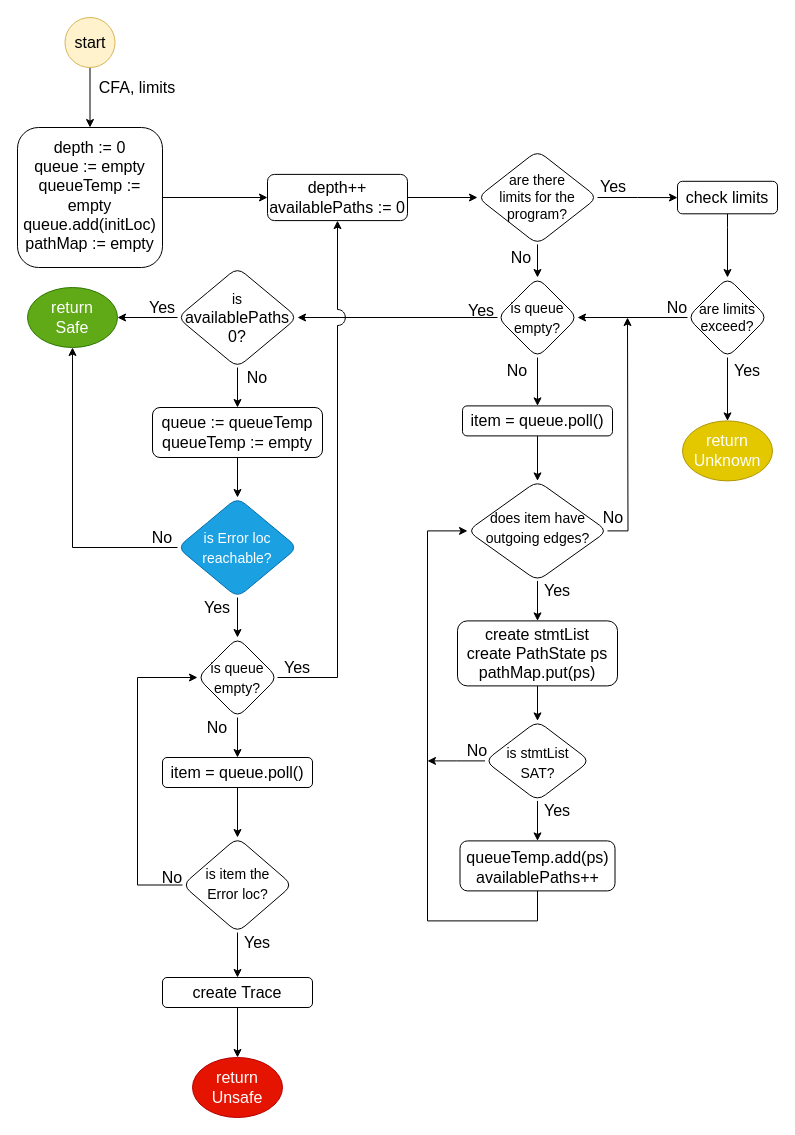
Earlier version of the draw.io diagram figures/flow_chart.drawio (rbjakab/src). Source tidied: cells renumbered, new cells numbered last; positions are measured from the earlier drawing's top-left corner, leaving out a move shared by most shapes. Both pictures are drawn from the tidied source at 100%, with x=0, y=0 at pixel (17, 17).
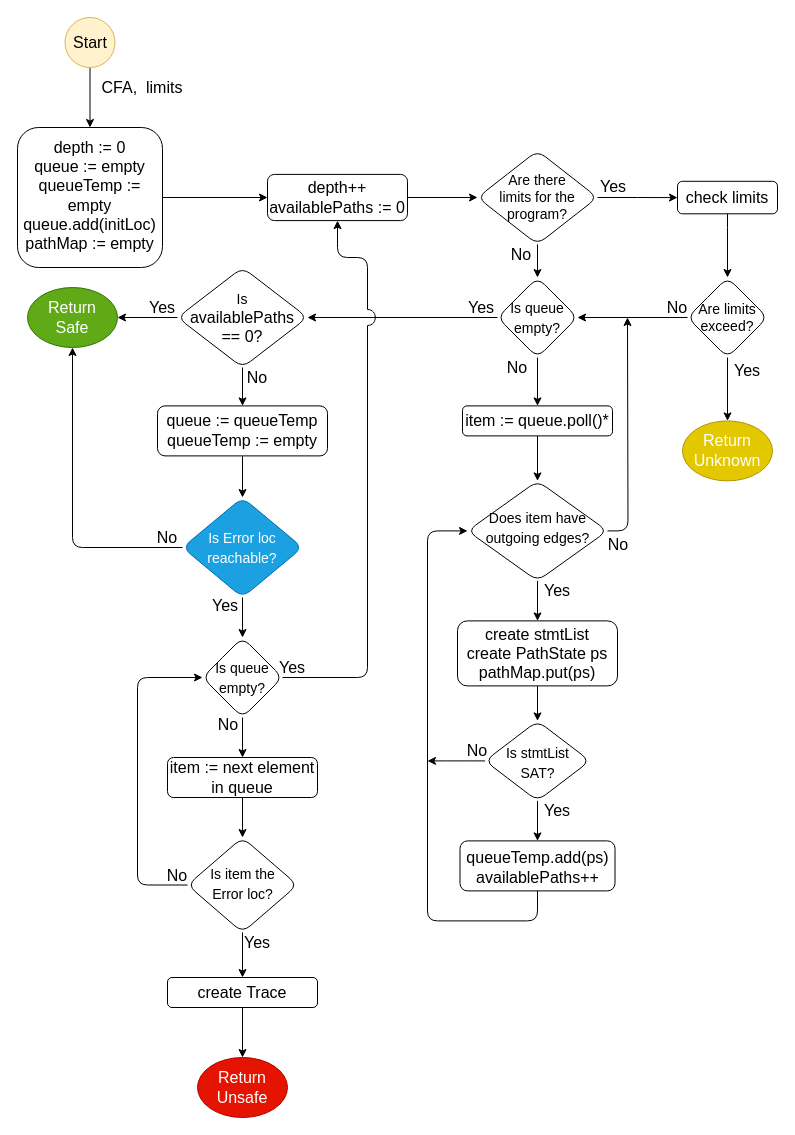
After the change.

Unchanged cells that the change refers to:
```xml
<mxCell id="3" value="&lt;font style=&quot;font-size: 16px&quot;&gt;depth := 0&lt;br&gt;queue := empty&lt;br&gt;queueTemp := empty&lt;br&gt;queue.add(initLoc)&lt;br&gt;pathMap := empty&lt;br&gt;&lt;/font&gt;" style="rounded=1;whiteSpace=wrap;html=1;fontSize=12;glass=0;strokeWidth=1;shadow=0;spacingBottom=4;" parent="1" vertex="1">
  <mxGeometry y="110" width="145" height="140" as="geometry" />
</mxCell>
<mxCell id="30" value="queueTemp.add(ps)&lt;br&gt;availablePaths++" style="whiteSpace=wrap;html=1;rounded=1;shadow=0;fontSize=16;strokeWidth=1;fillColor=#FFFFFF;glass=0;spacingBottom=-4;" parent="1" vertex="1">
  <mxGeometry x="442.5" y="823.4" width="155" height="50" as="geometry" />
</mxCell>
<mxCell id="32" value="&lt;font style=&quot;font-size: 16px&quot;&gt;depth++&lt;br&gt;availablePaths := 0&lt;br&gt;&lt;/font&gt;" style="rounded=1;whiteSpace=wrap;html=1;fontSize=12;glass=0;strokeWidth=1;shadow=0;" parent="1" vertex="1">
  <mxGeometry x="250" y="156.9" width="140" height="46.2" as="geometry" />
</mxCell>
```

What changed in the source:
```diff
@@
-    <mxCell id="2" style="edgeStyle=orthogonalEdgeStyle;rounded=0;jettySize=auto;html=1;fontSize=16;" parent="1" edge="1" source="3" target="32">
+    <mxCell id="2" style="edgeStyle=orthogonalEdgeStyle;rounded=1;jettySize=auto;html=1;fontSize=16;" parent="1" edge="1" source="3" target="32">
       <mxGeometry relative="1" as="geometry" />
     </mxCell>
@@
-    <mxCell id="6" value="&lt;font style=&quot;font-size: 14px&quot;&gt;are there&lt;br&gt;limits for the&lt;br&gt;program?&lt;/font&gt;" style="rhombus;whiteSpace=wrap;html=1;rounded=1;shadow=0;glass=0;strokeWidth=1;verticalAlign=middle;labelPosition=center;verticalLabelPosition=middle;align=center;spacingTop=0;" parent="1" vertex="1">
+    <mxCell id="6" value="&lt;font style=&quot;font-size: 14px&quot;&gt;Are there&lt;br&gt;limits for the&lt;br&gt;program?&lt;/font&gt;" style="rhombus;whiteSpace=wrap;html=1;rounded=1;shadow=0;glass=0;strokeWidth=1;verticalAlign=middle;labelPosition=center;verticalLabelPosition=middle;align=center;spacingTop=0;" parent="1" vertex="1">
       <mxGeometry x="460" y="133.1" width="120" height="93.8" as="geometry" />
     </mxCell>
@@
-    <mxCell id="10" style="edgeStyle=orthogonalEdgeStyle;rounded=0;jettySize=auto;html=1;fontSize=16;entryX=1;entryY=0.5;entryDx=0;entryDy=0;" parent="1" edge="1" source="12" target="18">
+    <mxCell id="10" style="edgeStyle=orthogonalEdgeStyle;rounded=1;jettySize=auto;html=1;fontSize=16;entryX=1;entryY=0.5;entryDx=0;entryDy=0;" parent="1" edge="1" source="12" target="18">
       <mxGeometry relative="1" as="geometry" />
     </mxCell>
@@
-    <mxCell id="12" value="&lt;font style=&quot;font-size: 14px&quot;&gt;are limits exceed?&lt;/font&gt;" style="rhombus;whiteSpace=wrap;html=1;rounded=1;shadow=0;glass=0;strokeWidth=1;" parent="1" vertex="1">
+    <mxCell id="12" value="&lt;font style=&quot;font-size: 14px&quot;&gt;Are limits exceed?&lt;/font&gt;" style="rhombus;whiteSpace=wrap;html=1;rounded=1;shadow=0;glass=0;strokeWidth=1;" parent="1" vertex="1">
       <mxGeometry x="670" y="260" width="80" height="80" as="geometry" />
     </mxCell>
@@
     <mxCell id="14" value="&lt;font style=&quot;font-size: 16px&quot;&gt;No&lt;/font&gt;" style="text;html=1;strokeColor=none;fillColor=none;align=center;verticalAlign=middle;whiteSpace=wrap;rounded=0;shadow=0;glass=0;fontSize=16;" parent="1" vertex="1">
-      <mxGeometry x="484" y="230.3" width="40" height="20" as="geometry" />
+      <mxGeometry x="484" y="226.9" width="40" height="20" as="geometry" />
     </mxCell>
@@
-    <mxCell id="17" style="edgeStyle=orthogonalEdgeStyle;rounded=0;jettySize=auto;html=1;fontSize=16;" parent="1" edge="1" source="18" target="38">
+    <mxCell id="17" style="edgeStyle=orthogonalEdgeStyle;rounded=1;jettySize=auto;html=1;fontSize=16;" parent="1" edge="1" source="18" target="38">
       <mxGeometry relative="1" as="geometry" />
     </mxCell>
-    <mxCell id="18" value="&lt;font style=&quot;font-size: 14px&quot;&gt;is queue empty?&lt;/font&gt;" style="rhombus;whiteSpace=wrap;html=1;rounded=1;shadow=0;glass=0;strokeWidth=1;fillColor=#FFFFFF;fontSize=16;" parent="1" vertex="1">
+    <mxCell id="18" value="&lt;font style=&quot;font-size: 14px&quot;&gt;Is queue empty?&lt;/font&gt;" style="rhombus;whiteSpace=wrap;html=1;rounded=1;shadow=0;glass=0;strokeWidth=1;fillColor=#FFFFFF;fontSize=16;" parent="1" vertex="1">
       <mxGeometry x="480" y="260" width="80" height="80" as="geometry" />
     </mxCell>
@@
-    <mxCell id="20" value="item = queue.poll()" style="rounded=1;whiteSpace=wrap;html=1;shadow=0;glass=0;strokeWidth=1;fillColor=#FFFFFF;fontSize=16;" parent="1" vertex="1">
+    <mxCell id="20" value="item := queue.poll()*" style="rounded=1;whiteSpace=wrap;html=1;shadow=0;glass=0;strokeWidth=1;fillColor=#FFFFFF;fontSize=16;" parent="1" vertex="1">
       <mxGeometry x="445" y="388.4" width="150" height="30" as="geometry" />
     </mxCell>
@@
-    <mxCell id="22" style="edgeStyle=orthogonalEdgeStyle;rounded=0;jettySize=auto;html=1;fontSize=16;" parent="1" edge="1" source="23">
+    <mxCell id="22" style="edgeStyle=orthogonalEdgeStyle;rounded=1;jettySize=auto;html=1;fontSize=16;" parent="1" edge="1" source="23">
       <mxGeometry relative="1" as="geometry">
         <mxPoint x="610" y="300" as="targetPoint" />
       </mxGeometry>
     </mxCell>
-    <mxCell id="23" value="&lt;font style=&quot;font-size: 14px&quot;&gt;does item have outgoing edges?&lt;/font&gt;" style="rhombus;whiteSpace=wrap;html=1;rounded=1;shadow=0;glass=0;strokeWidth=1;fillColor=#FFFFFF;fontSize=16;spacing=2;spacingRight=-1;spacingLeft=0;spacingBottom=7;" parent="1" vertex="1">
+    <mxCell id="23" value="&lt;font style=&quot;font-size: 14px&quot;&gt;Does item have outgoing edges?&lt;/font&gt;" style="rhombus;whiteSpace=wrap;html=1;rounded=1;shadow=0;glass=0;strokeWidth=1;fillColor=#FFFFFF;fontSize=16;spacing=2;spacingRight=-1;spacingLeft=0;spacingBottom=7;" parent="1" vertex="1">
       <mxGeometry x="450" y="463.4" width="140" height="100" as="geometry" />
     </mxCell>
@@
-    <mxCell id="27" style="edgeStyle=orthogonalEdgeStyle;rounded=0;jettySize=auto;html=1;fontSize=16;" parent="1" edge="1" source="28">
+    <mxCell id="27" style="edgeStyle=orthogonalEdgeStyle;rounded=1;jettySize=auto;html=1;fontSize=16;" parent="1" edge="1" source="28">
       <mxGeometry relative="1" as="geometry">
         <mxPoint x="410" y="743.4" as="targetPoint" />
       </mxGeometry>
     </mxCell>
-    <mxCell id="28" value="&lt;span style=&quot;font-size: 14px&quot;&gt;is stmtList&lt;br&gt;SAT?&lt;/span&gt;" style="rhombus;whiteSpace=wrap;html=1;rounded=1;shadow=0;glass=0;strokeWidth=1;fillColor=#FFFFFF;fontSize=16;spacingBottom=-4;" parent="1" vertex="1">
+    <mxCell id="28" value="&lt;span style=&quot;font-size: 14px&quot;&gt;Is stmtList&lt;br&gt;SAT?&lt;/span&gt;" style="rhombus;whiteSpace=wrap;html=1;rounded=1;shadow=0;glass=0;strokeWidth=1;fillColor=#FFFFFF;fontSize=16;spacingBottom=-4;" parent="1" vertex="1">
       <mxGeometry x="467.5" y="703.4" width="105" height="80" as="geometry" />
     </mxCell>
-    <mxCell id="29" style="edgeStyle=orthogonalEdgeStyle;rounded=0;jettySize=auto;html=1;fontSize=16;entryX=0;entryY=0.5;entryDx=0;entryDy=0;" parent="1" edge="1" source="30" target="23">
+    <mxCell id="29" style="edgeStyle=orthogonalEdgeStyle;rounded=1;jettySize=auto;html=1;fontSize=16;entryX=0;entryY=0.5;entryDx=0;entryDy=0;" parent="1" edge="1" source="30" target="23">
       <mxGeometry relative="1" as="geometry">
         <Array as="points">
           <mxPoint x="520" y="903.4" />
           <mxPoint x="410" y="903.4" />
           <mxPoint x="410" y="513.4" />
         </Array>
       </mxGeometry>
     </mxCell>
@@
-    <mxCell id="31" style="edgeStyle=orthogonalEdgeStyle;rounded=0;jettySize=auto;html=1;fontSize=16;" parent="1" edge="1" source="32" target="6">
+    <mxCell id="31" style="edgeStyle=orthogonalEdgeStyle;rounded=1;jettySize=auto;html=1;fontSize=16;" parent="1" edge="1" source="32" target="6">
       <mxGeometry relative="1" as="geometry" />
     </mxCell>
@@
     <mxCell id="35" value="&lt;font style=&quot;font-size: 16px&quot;&gt;Yes&lt;/font&gt;" style="text;html=1;strokeColor=none;fillColor=none;align=center;verticalAlign=middle;whiteSpace=wrap;rounded=0;shadow=0;glass=0;" parent="1" vertex="1">
-      <mxGeometry x="444" y="283.4" width="40" height="20" as="geometry" />
+      <mxGeometry x="444" y="280" width="40" height="20" as="geometry" />
     </mxCell>
@@
-    <mxCell id="38" value="&lt;span style=&quot;font-size: 14px&quot;&gt;is&lt;br&gt;&lt;/span&gt;availablePaths&lt;br&gt;0?" style="rhombus;whiteSpace=wrap;html=1;rounded=1;shadow=0;glass=0;strokeWidth=1;fillColor=#FFFFFF;fontSize=16;" parent="1" vertex="1">
-      <mxGeometry x="160" y="250" width="120" height="100" as="geometry" />
+    <mxCell id="38" value="&lt;span style=&quot;font-size: 14px&quot;&gt;Is&lt;br&gt;&lt;/span&gt;availablePaths&lt;br&gt;== 0?" style="rhombus;whiteSpace=wrap;html=1;rounded=1;shadow=0;glass=0;strokeWidth=1;fillColor=#FFFFFF;fontSize=16;" parent="1" vertex="1">
+      <mxGeometry x="160" y="250" width="130" height="100" as="geometry" />
     </mxCell>
     <mxCell id="39" value="&lt;font style=&quot;font-size: 16px&quot;&gt;No&lt;/font&gt;" style="text;html=1;strokeColor=none;fillColor=none;align=center;verticalAlign=middle;whiteSpace=wrap;rounded=0;shadow=0;glass=0;fontSize=16;" parent="1" vertex="1">
-      <mxGeometry x="480" y="343.4" width="40" height="20" as="geometry" />
+      <mxGeometry x="480" y="340" width="40" height="20" as="geometry" />
     </mxCell>
     <mxCell id="40" value="&lt;font style=&quot;font-size: 16px&quot;&gt;No&lt;/font&gt;" style="text;html=1;strokeColor=none;fillColor=none;align=center;verticalAlign=middle;whiteSpace=wrap;rounded=0;shadow=0;glass=0;fontSize=16;" parent="1" vertex="1">
-      <mxGeometry x="576" y="490" width="40" height="20" as="geometry" />
+      <mxGeometry x="581" y="517" width="40" height="20" as="geometry" />
     </mxCell>
@@
     <mxCell id="44" value="queue := queueTemp&lt;br&gt;queueTemp := empty" style="rounded=1;whiteSpace=wrap;html=1;shadow=0;glass=0;strokeWidth=1;fillColor=#FFFFFF;fontSize=16;" parent="1" vertex="1">
-      <mxGeometry x="135" y="390" width="170" height="50" as="geometry" />
+      <mxGeometry x="140" y="388.4" width="170" height="50" as="geometry" />
     </mxCell>
@@
-    <mxCell id="46" style="edgeStyle=orthogonalEdgeStyle;rounded=0;jettySize=auto;html=1;entryX=0.5;entryY=1;entryDx=0;entryDy=0;" parent="1" edge="1" source="47" target="66">
+    <mxCell id="46" style="edgeStyle=orthogonalEdgeStyle;rounded=1;jettySize=auto;html=1;entryX=0.5;entryY=1;entryDx=0;entryDy=0;" parent="1" edge="1" source="47" target="66">
       <mxGeometry relative="1" as="geometry" />
     </mxCell>
-    <mxCell id="47" value="&lt;span style=&quot;font-size: 14px&quot;&gt;is Error loc reachable?&lt;/span&gt;" style="rhombus;whiteSpace=wrap;html=1;rounded=1;shadow=0;glass=0;strokeWidth=1;fillColor=#1ba1e2;fontSize=16;strokeColor=#006EAF;fontColor=#ffffff;" parent="1" vertex="1">
-      <mxGeometry x="160" y="480" width="120" height="100" as="geometry" />
+    <mxCell id="47" value="&lt;span style=&quot;font-size: 14px&quot;&gt;Is Error loc reachable?&lt;/span&gt;" style="rhombus;whiteSpace=wrap;html=1;rounded=1;shadow=0;glass=0;strokeWidth=1;fillColor=#1ba1e2;fontSize=16;strokeColor=#006EAF;fontColor=#ffffff;" parent="1" vertex="1">
+      <mxGeometry x="165" y="480" width="120" height="100" as="geometry" />
     </mxCell>
     <mxCell id="48" value="&lt;font style=&quot;font-size: 16px&quot;&gt;No&lt;/font&gt;" style="text;html=1;strokeColor=none;fillColor=none;align=center;verticalAlign=middle;whiteSpace=wrap;rounded=0;shadow=0;glass=0;fontSize=16;" parent="1" vertex="1">
-      <mxGeometry x="125" y="510" width="40" height="20" as="geometry" />
+      <mxGeometry x="130" y="510" width="40" height="20" as="geometry" />
     </mxCell>
@@
     <mxCell id="50" value="&lt;font style=&quot;font-size: 16px&quot;&gt;Yes&lt;/font&gt;" style="text;html=1;strokeColor=none;fillColor=none;align=center;verticalAlign=middle;whiteSpace=wrap;rounded=0;shadow=0;glass=0;" parent="1" vertex="1">
-      <mxGeometry x="180" y="580" width="40" height="20" as="geometry" />
+      <mxGeometry x="188" y="578" width="40" height="20" as="geometry" />
     </mxCell>
@@
-    <mxCell id="52" value="item = queue.poll()" style="rounded=1;whiteSpace=wrap;html=1;shadow=0;glass=0;strokeWidth=1;fillColor=#FFFFFF;fontSize=16;" parent="1" vertex="1">
-      <mxGeometry x="145" y="740" width="150" height="30" as="geometry" />
+    <mxCell id="52" value="item := next element in queue" style="rounded=1;whiteSpace=wrap;html=1;shadow=0;glass=0;strokeWidth=1;fillColor=#FFFFFF;fontSize=16;" parent="1" vertex="1">
+      <mxGeometry x="150" y="740" width="150" height="40" as="geometry" />
     </mxCell>
-    <mxCell id="53" style="edgeStyle=orthogonalEdgeStyle;rounded=0;jettySize=auto;html=1;fontSize=16;entryX=0;entryY=0.5;entryDx=0;entryDy=0;" parent="1" edge="1" source="55" target="58">
+    <mxCell id="53" style="edgeStyle=orthogonalEdgeStyle;rounded=1;jettySize=auto;html=1;fontSize=16;entryX=0;entryY=0.5;entryDx=0;entryDy=0;" parent="1" edge="1" source="55" target="58">
       <mxGeometry relative="1" as="geometry">
         <Array as="points">
           <mxPoint x="120" y="867" />
           <mxPoint x="120" y="660" />
         </Array>
       </mxGeometry>
     </mxCell>
@@
-    <mxCell id="55" value="&lt;font style=&quot;font-size: 14px&quot;&gt;is item the&lt;br&gt;Error loc?&lt;/font&gt;" style="rhombus;whiteSpace=wrap;html=1;rounded=1;shadow=0;glass=0;strokeWidth=1;fillColor=#FFFFFF;fontSize=16;spacing=2;spacingRight=-1;spacingLeft=0;spacingBottom=4;" parent="1" vertex="1">
-      <mxGeometry x="165" y="820" width="110" height="95" as="geometry" />
+    <mxCell id="55" value="&lt;font style=&quot;font-size: 14px&quot;&gt;Is item the&lt;br&gt;Error loc?&lt;/font&gt;" style="rhombus;whiteSpace=wrap;html=1;rounded=1;shadow=0;glass=0;strokeWidth=1;fillColor=#FFFFFF;fontSize=16;spacing=2;spacingRight=-1;spacingLeft=0;spacingBottom=4;" parent="1" vertex="1">
+      <mxGeometry x="170" y="820" width="110" height="95" as="geometry" />
     </mxCell>
@@
-    <mxCell id="57" style="edgeStyle=orthogonalEdgeStyle;rounded=0;jettySize=auto;html=1;entryX=0.5;entryY=1;entryDx=0;entryDy=0;fontSize=16;jumpStyle=arc;jumpSize=16;" parent="1" edge="1" source="58" target="32">
+    <mxCell id="57" style="edgeStyle=orthogonalEdgeStyle;rounded=1;jettySize=auto;html=1;fontSize=16;jumpStyle=arc;jumpSize=16;elbow=vertical;endArrow=classic;endFill=1;entryX=0.5;entryY=1;entryDx=0;entryDy=0;" parent="1" edge="1" source="58" target="32">
       <mxGeometry relative="1" as="geometry">
         <Array as="points">
-          <mxPoint x="320" y="660" />
+          <mxPoint x="350" y="660" />
+          <mxPoint x="350" y="240" />
+          <mxPoint x="320" y="240" />
         </Array>
       </mxGeometry>
     </mxCell>
-    <mxCell id="58" value="&lt;font style=&quot;font-size: 14px&quot;&gt;is queue empty?&lt;/font&gt;" style="rhombus;whiteSpace=wrap;html=1;rounded=1;shadow=0;glass=0;strokeWidth=1;fillColor=#FFFFFF;fontSize=16;" parent="1" vertex="1">
-      <mxGeometry x="180" y="620" width="80" height="80" as="geometry" />
+    <mxCell id="58" value="&lt;font style=&quot;font-size: 14px&quot;&gt;Is queue empty?&lt;/font&gt;" style="rhombus;whiteSpace=wrap;html=1;rounded=1;shadow=0;glass=0;strokeWidth=1;fillColor=#FFFFFF;fontSize=16;" parent="1" vertex="1">
+      <mxGeometry x="185" y="620" width="80" height="80" as="geometry" />
     </mxCell>
@@
     <mxCell id="60" value="&lt;font style=&quot;font-size: 16px&quot;&gt;No&lt;/font&gt;" style="text;html=1;strokeColor=none;fillColor=none;align=center;verticalAlign=middle;whiteSpace=wrap;rounded=0;shadow=0;glass=0;fontSize=16;" parent="1" vertex="1">
-      <mxGeometry x="135" y="850" width="40" height="20" as="geometry" />
+      <mxGeometry x="140" y="848" width="40" height="20" as="geometry" />
     </mxCell>
@@
     <mxCell id="62" value="create Trace" style="rounded=1;whiteSpace=wrap;html=1;shadow=0;glass=0;strokeWidth=1;fillColor=#FFFFFF;fontSize=16;" parent="1" vertex="1">
-      <mxGeometry x="145" y="960" width="150" height="30" as="geometry" />
+      <mxGeometry x="150" y="960" width="150" height="30" as="geometry" />
     </mxCell>
     <mxCell id="63" value="&lt;font style=&quot;font-size: 16px&quot;&gt;No&lt;/font&gt;" style="text;html=1;strokeColor=none;fillColor=none;align=center;verticalAlign=middle;whiteSpace=wrap;rounded=0;shadow=0;glass=0;fontSize=16;" parent="1" vertex="1">
-      <mxGeometry x="180" y="700" width="40" height="20" as="geometry" />
+      <mxGeometry x="191" y="697" width="40" height="20" as="geometry" />
     </mxCell>
     <mxCell id="64" value="&lt;font style=&quot;font-size: 16px&quot;&gt;Yes&lt;/font&gt;" style="text;html=1;strokeColor=none;fillColor=none;align=center;verticalAlign=middle;whiteSpace=wrap;rounded=0;shadow=0;glass=0;" parent="1" vertex="1">
-      <mxGeometry x="260" y="640" width="40" height="20" as="geometry" />
+      <mxGeometry x="255" y="640" width="40" height="20" as="geometry" />
     </mxCell>
-    <mxCell id="65" value="&lt;font style=&quot;font-size: 16px&quot;&gt;return Unsafe&lt;/font&gt;" style="ellipse;whiteSpace=wrap;html=1;fillColor=#e51400;strokeColor=#B20000;fontColor=#ffffff;" parent="1" vertex="1">
-      <mxGeometry x="175" y="1040" width="90" height="60" as="geometry" />
+    <mxCell id="65" value="&lt;font style=&quot;font-size: 16px&quot;&gt;Return Unsafe&lt;/font&gt;" style="ellipse;whiteSpace=wrap;html=1;fillColor=#e51400;strokeColor=#B20000;fontColor=#ffffff;" parent="1" vertex="1">
+      <mxGeometry x="180" y="1040" width="90" height="60" as="geometry" />
     </mxCell>
-    <mxCell id="66" value="&lt;font style=&quot;font-size: 16px&quot;&gt;return&lt;br&gt;Safe&lt;/font&gt;" style="ellipse;whiteSpace=wrap;html=1;fillColor=#60a917;strokeColor=#2D7600;fontColor=#ffffff;" parent="1" vertex="1">
+    <mxCell id="66" value="&lt;font style=&quot;font-size: 16px&quot;&gt;Return&lt;br&gt;Safe&lt;/font&gt;" style="ellipse;whiteSpace=wrap;html=1;fillColor=#60a917;strokeColor=#2D7600;fontColor=#ffffff;" parent="1" vertex="1">
       <mxGeometry x="10" y="270" width="90" height="60" as="geometry" />
     </mxCell>
-    <mxCell id="67" value="&lt;font style=&quot;font-size: 16px&quot;&gt;return Unknown&lt;/font&gt;" style="ellipse;whiteSpace=wrap;html=1;fillColor=#e3c800;strokeColor=#B09500;fontColor=#ffffff;" parent="1" vertex="1">
+    <mxCell id="67" value="&lt;font style=&quot;font-size: 16px&quot;&gt;Return Unknown&lt;/font&gt;" style="ellipse;whiteSpace=wrap;html=1;fillColor=#e3c800;strokeColor=#B09500;fontColor=#ffffff;" parent="1" vertex="1">
       <mxGeometry x="665" y="403.4" width="90" height="60" as="geometry" />
     </mxCell>
@@
-    <mxCell id="69" value="&lt;font style=&quot;font-size: 16px&quot;&gt;start&lt;/font&gt;" style="ellipse;whiteSpace=wrap;html=1;fillColor=#fff2cc;strokeColor=#d6b656;" parent="1" vertex="1">
+    <mxCell id="69" value="&lt;font style=&quot;font-size: 16px&quot;&gt;Start&lt;/font&gt;" style="ellipse;whiteSpace=wrap;html=1;fillColor=#fff2cc;strokeColor=#d6b656;" parent="1" vertex="1">
       <mxGeometry x="47.5" width="50" height="50" as="geometry" />
     </mxCell>
-    <mxCell id="70" value="&lt;font style=&quot;font-size: 16px&quot;&gt;CFA, limits&lt;br&gt;&lt;/font&gt;" style="text;html=1;strokeColor=none;fillColor=none;align=center;verticalAlign=middle;whiteSpace=wrap;rounded=0;" parent="1" vertex="1">
-      <mxGeometry x="60" y="60" width="120" height="20" as="geometry" />
+    <mxCell id="70" value="&lt;font style=&quot;font-size: 16px&quot;&gt;CFA,&amp;nbsp; limits&lt;br&gt;&lt;/font&gt;" style="text;html=1;strokeColor=none;fillColor=none;align=center;verticalAlign=middle;whiteSpace=wrap;rounded=0;" parent="1" vertex="1">
+      <mxGeometry x="65" y="60" width="120" height="20" as="geometry" />
     </mxCell>
```
